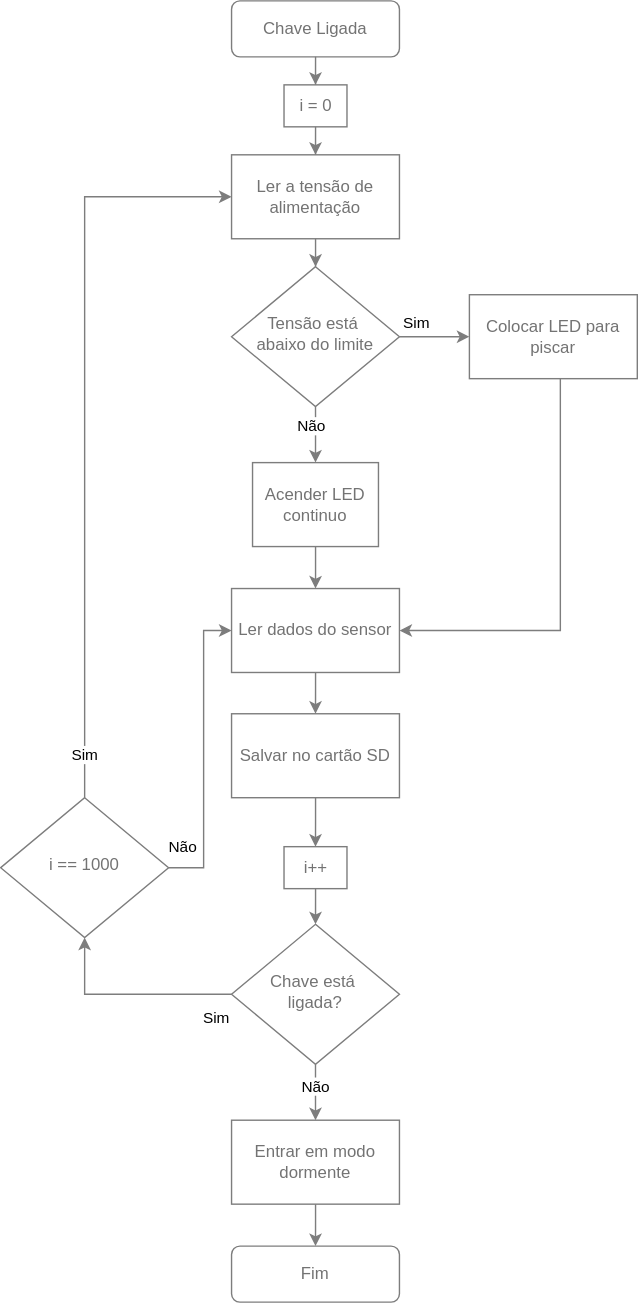
Before: projetos/tennistracker/fluxograma_2.svg, a diagram exported from draw.io (teaching-FEEC/ea075-2024.1). Source tidied: cells renumbered, new cells last; positions are measured from the earlier drawing's top-left corner, leaving out a move shared by most shapes.
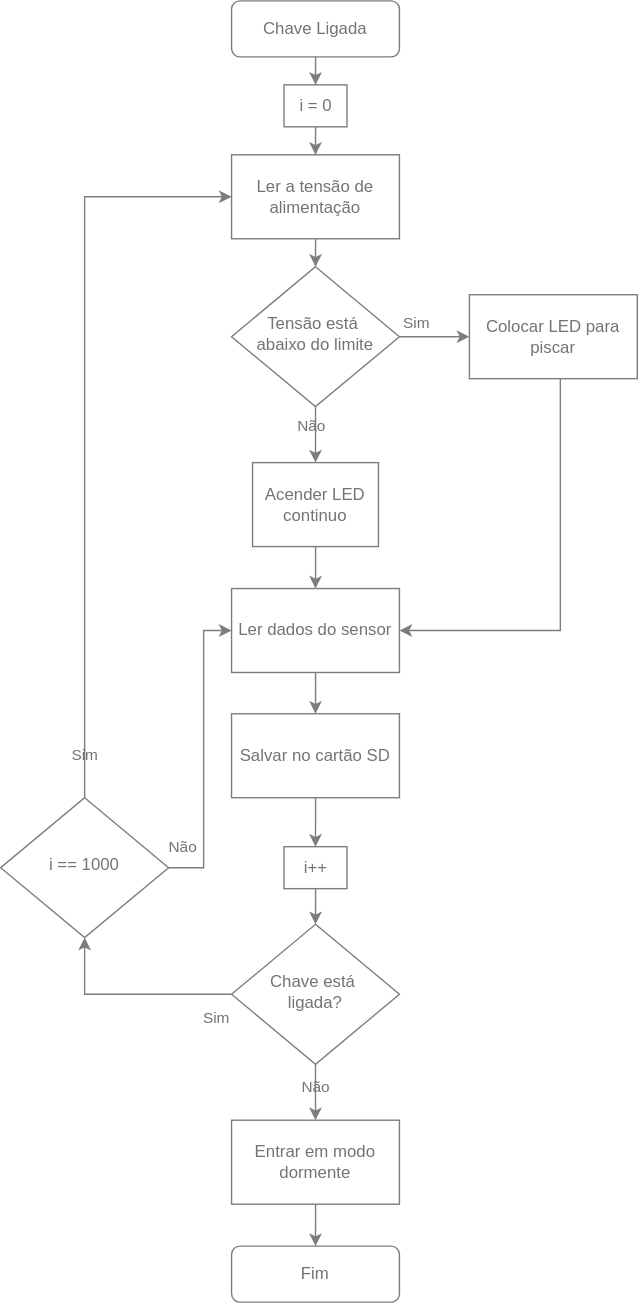
After the commit.

Change to the diagram source:
```diff
@@ -16,7 +16,7 @@
         </Array>
       </mxGeometry>
     </mxCell>
-    <mxCell id="5" value="Não" style="edgeLabel;html=1;align=center;verticalAlign=middle;" parent="4" vertex="1">
+    <mxCell id="5" value="Não" style="edgeLabel;html=1;align=center;verticalAlign=middle;fontColor=#737373;labelBackgroundColor=none;" parent="4" vertex="1">
       <mxGeometry x="0.1" y="1" relative="1" as="geometry">
         <mxPoint x="-4" y="-9" as="offset" />
       </mxGeometry>
@@ -24,7 +24,7 @@
     <mxCell id="6" style="edgeStyle=orthogonalEdgeStyle;rounded=0;jettySize=auto;html=1;entryX=0;entryY=0.5;entryDx=0;entryDy=0;strokeColor=#7D7D7D;" parent="1" edge="1" source="8" target="14">
       <mxGeometry relative="1" as="geometry" />
     </mxCell>
-    <mxCell id="7" value="Sim" style="edgeLabel;html=1;align=center;verticalAlign=middle;" parent="6" vertex="1">
+    <mxCell id="7" value="Sim" style="edgeLabel;html=1;align=center;verticalAlign=middle;fontColor=#737373;labelBackgroundColor=none;" parent="6" vertex="1">
       <mxGeometry x="-0.13" y="-3" relative="1" as="geometry">
         <mxPoint x="-10" y="-13" as="offset" />
       </mxGeometry>
@@ -67,7 +67,7 @@
         </Array>
       </mxGeometry>
     </mxCell>
-    <mxCell id="18" value="Sim" style="edgeLabel;html=1;align=center;verticalAlign=middle;" parent="17" vertex="1">
+    <mxCell id="18" value="Sim" style="edgeLabel;html=1;align=center;verticalAlign=middle;fontColor=#737373;labelBackgroundColor=none;" parent="17" vertex="1">
       <mxGeometry x="-0.59" y="3" relative="1" as="geometry">
         <mxPoint x="18" y="14" as="offset" />
       </mxGeometry>
@@ -75,7 +75,7 @@
     <mxCell id="19" style="edgeStyle=orthogonalEdgeStyle;rounded=0;jettySize=auto;html=1;entryX=0.5;entryY=0;entryDx=0;entryDy=0;strokeColor=#7D7D7D;" parent="1" edge="1" source="21" target="23">
       <mxGeometry relative="1" as="geometry" />
     </mxCell>
-    <mxCell id="20" value="Não" style="edgeLabel;html=1;align=center;verticalAlign=middle;" parent="19" vertex="1">
+    <mxCell id="20" value="Não" style="edgeLabel;html=1;align=center;verticalAlign=middle;labelBackgroundColor=none;fontColor=#737373;" parent="19" vertex="1">
       <mxGeometry x="-0.34" relative="1" as="geometry">
         <mxPoint y="3" as="offset" />
       </mxGeometry>
@@ -111,7 +111,7 @@
         </Array>
       </mxGeometry>
     </mxCell>
-    <mxCell id="30" value="Sim" style="edgeLabel;html=1;align=center;verticalAlign=middle;" parent="29" vertex="1">
+    <mxCell id="30" value="Sim" style="edgeLabel;html=1;align=center;verticalAlign=middle;labelBackgroundColor=none;fontColor=#737373;" parent="29" vertex="1">
       <mxGeometry x="-0.88" relative="1" as="geometry" />
     </mxCell>
     <mxCell id="31" style="edgeStyle=orthogonalEdgeStyle;rounded=0;jettySize=auto;html=1;entryX=0;entryY=0.5;entryDx=0;entryDy=0;strokeColor=#7D7D7D;" parent="1" edge="1" source="33" target="10">
@@ -122,7 +122,7 @@
         </Array>
       </mxGeometry>
     </mxCell>
-    <mxCell id="32" value="Não" style="edgeLabel;html=1;align=center;verticalAlign=middle;" parent="31" vertex="1">
+    <mxCell id="32" value="Não" style="edgeLabel;html=1;align=center;verticalAlign=middle;labelBackgroundColor=none;fontColor=#737373;" parent="31" vertex="1">
       <mxGeometry x="-0.83" relative="1" as="geometry">
         <mxPoint x="-9" y="-15" as="offset" />
       </mxGeometry>
```
